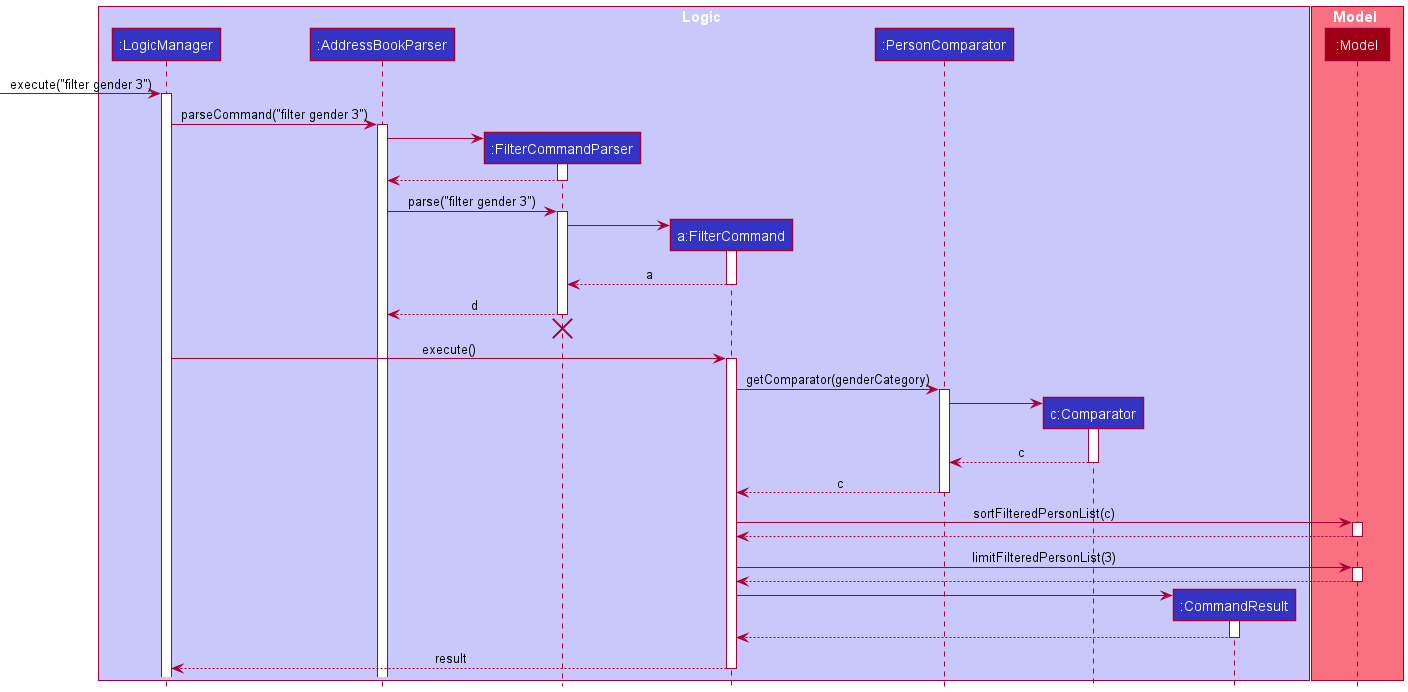
Earlier version of the PlantUML export docs/images/FilterSequenceDiagram.png (pranav-ganesh/tp).
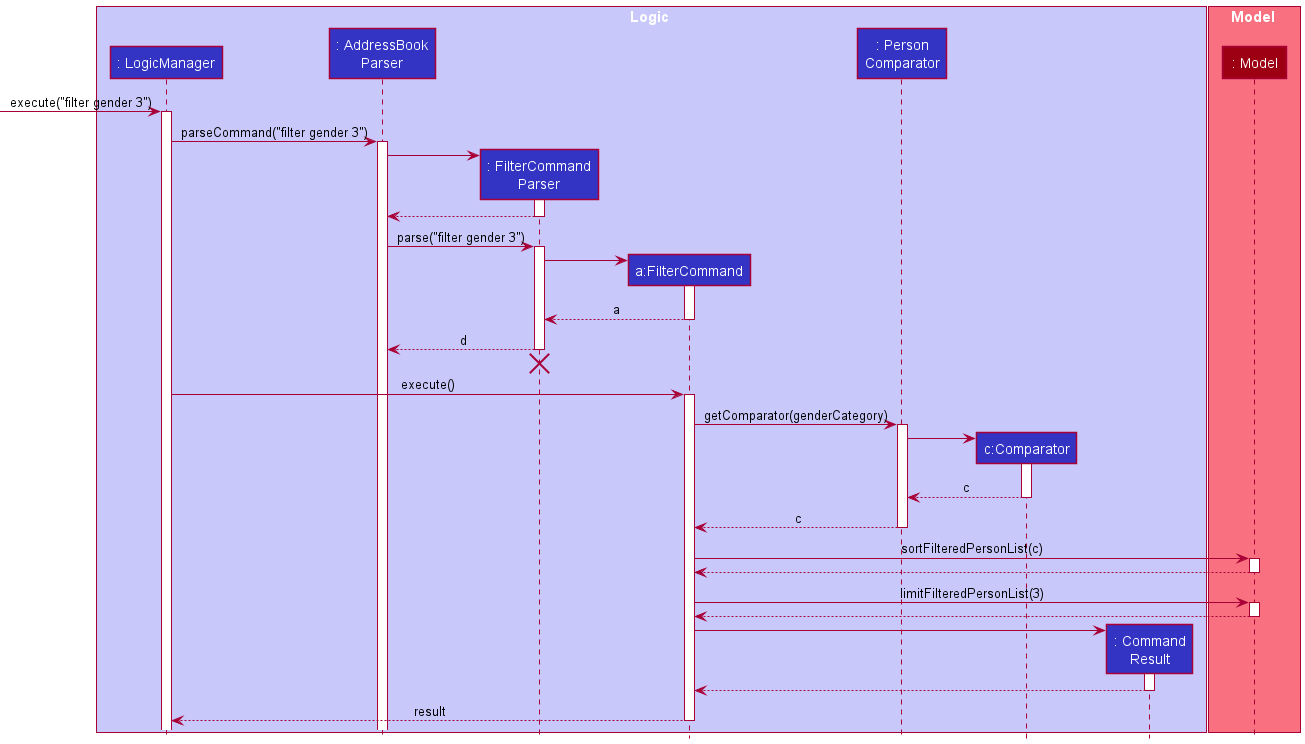
The same diagram one commit later.

What changed in the source:
```diff
@@ -2,17 +2,17 @@
 !include style.puml
 
 box Logic LOGIC_COLOR_T1
-participant ":LogicManager" as LogicManager LOGIC_COLOR
-participant ":AddressBookParser" as AddressBookParser LOGIC_COLOR
-participant ":FilterCommandParser" as FilterCommandParser LOGIC_COLOR
+participant ": LogicManager" as LogicManager LOGIC_COLOR
+participant ": AddressBook\nParser" as AddressBookParser LOGIC_COLOR
+participant ": FilterCommand\nParser" as FilterCommandParser LOGIC_COLOR
 participant "a:FilterCommand" as FilterCommand LOGIC_COLOR
-participant ":PersonComparator" as PersonComparator LOGIC_COLOR
+participant ": Person\nComparator" as PersonComparator LOGIC_COLOR
 participant "c:Comparator" as Comparator LOGIC_COLOR
-participant ":CommandResult" as CommandResult LOGIC_COLOR
+participant ": Command\nResult" as CommandResult LOGIC_COLOR
 end box
 
 box Model MODEL_COLOR_T1
-participant ":Model" as Model MODEL_COLOR
+participant ": Model" as Model MODEL_COLOR
 end box
 
 -> LogicManager : execute("filter gender 3")
```
